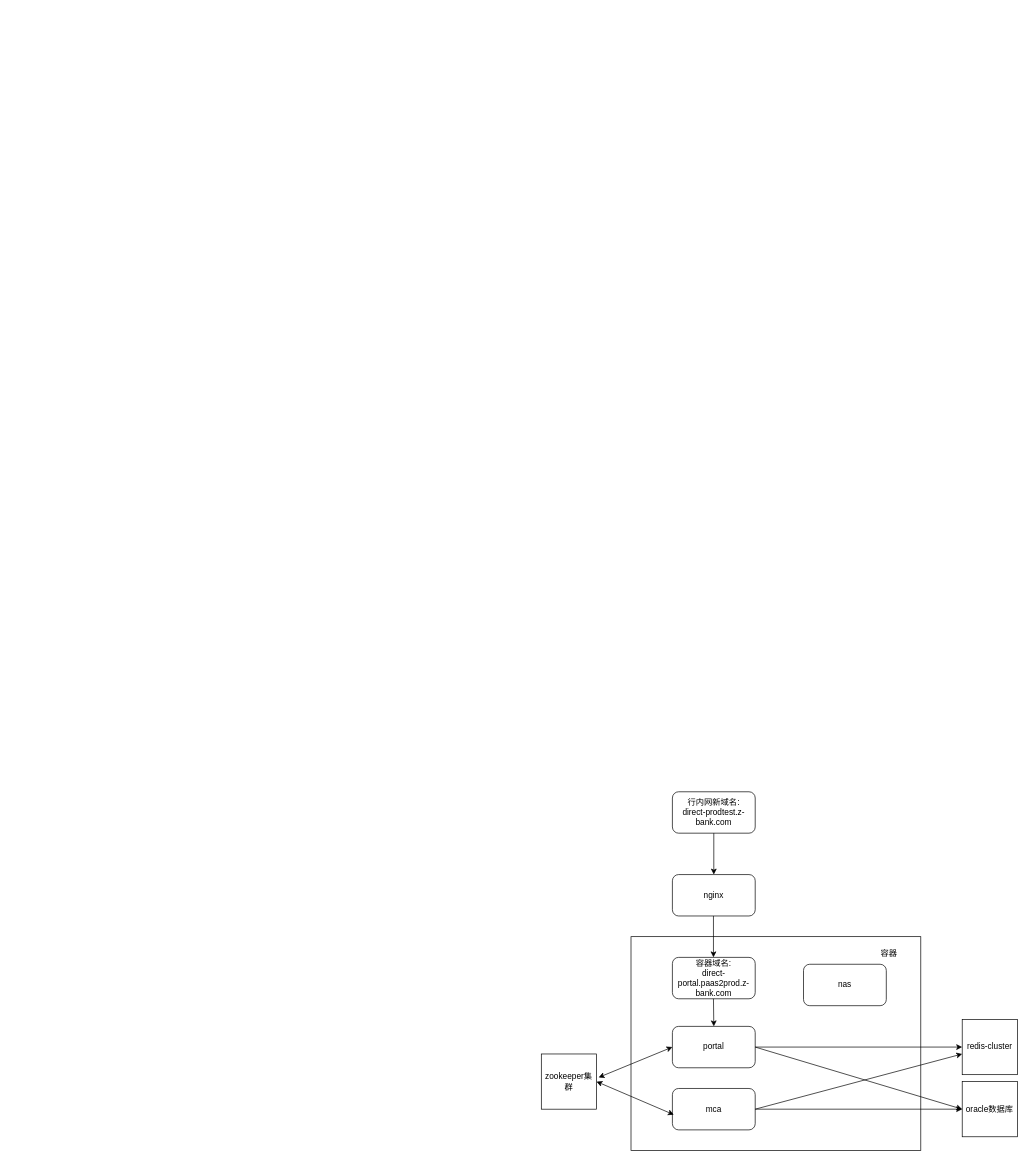
This is 2.drawio from xianyuenan/Testgit, a draw.io file, before an edit. Source tidied: cells renumbered, new cells numbered last; positions are measured from the earlier drawing's top-left corner, leaving out a move shared by most shapes. Both pictures are drawn from the tidied source at 69%, with x=0, y=0 at pixel (541, 791).
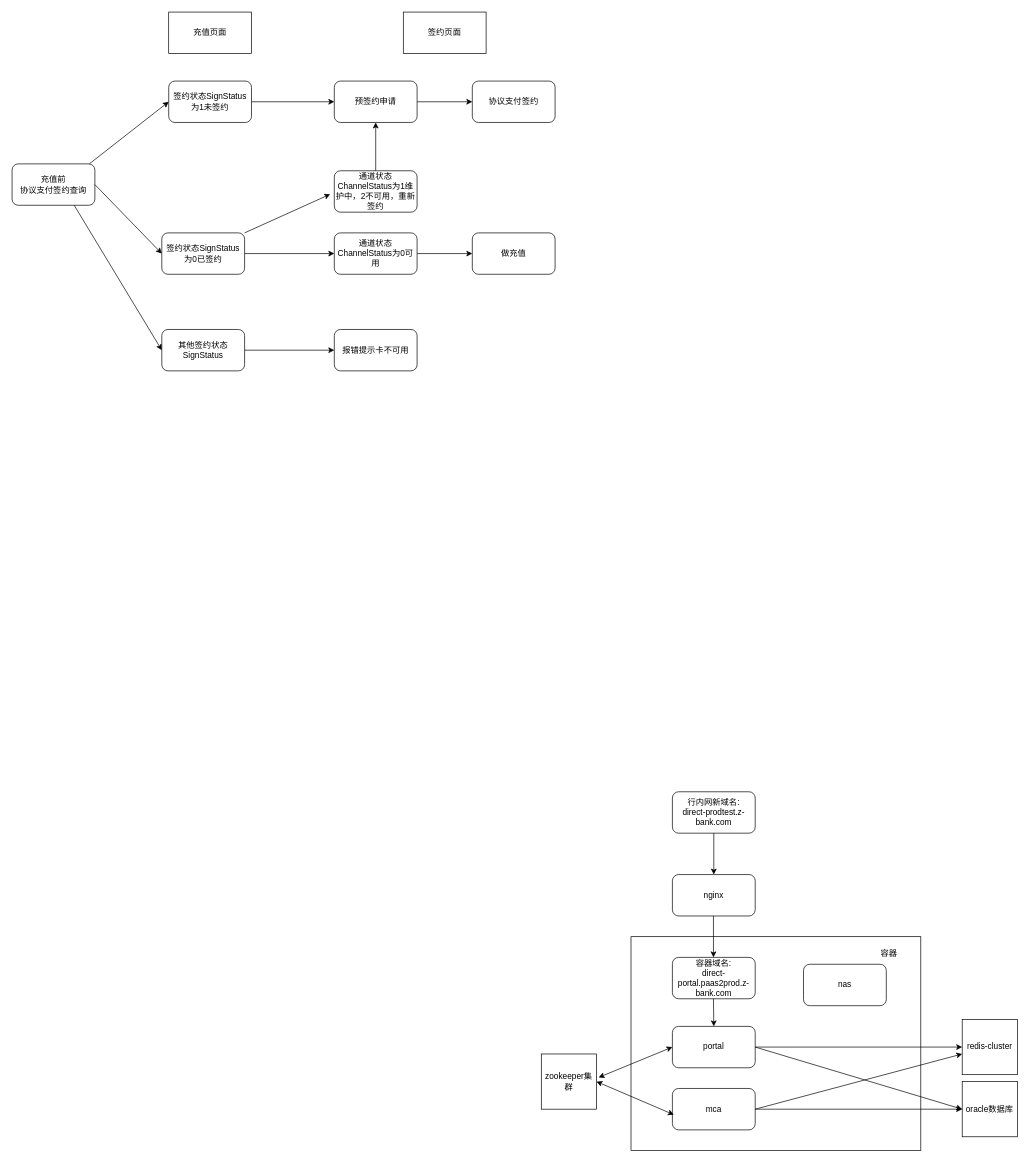
After the change.

The edit, as a diff of the source:
```diff
@@
+    <mxCell id="22" value="充值前&lt;br&gt;协议支付签约查询" style="rounded=1;whiteSpace=wrap;html=1;" parent="1" vertex="1">
+      <mxGeometry x="-767" y="-910" width="120" height="60" as="geometry" />
+    </mxCell>
+    <mxCell id="23" style="edgeStyle=orthogonalEdgeStyle;rounded=0;jettySize=auto;html=1;" parent="1" edge="1" source="24" target="32">
+      <mxGeometry relative="1" as="geometry" />
+    </mxCell>
+    <mxCell id="24" value="预签约申请" style="rounded=1;whiteSpace=wrap;html=1;" parent="1" vertex="1">
+      <mxGeometry x="-300" y="-1030" width="120" height="60" as="geometry" />
+    </mxCell>
+    <mxCell id="25" value="充值页面" style="rounded=0;whiteSpace=wrap;html=1;" parent="1" vertex="1">
+      <mxGeometry x="-540" y="-1130" width="120" height="60" as="geometry" />
+    </mxCell>
+    <mxCell id="26" value="签约页面" style="rounded=0;whiteSpace=wrap;html=1;" parent="1" vertex="1">
+      <mxGeometry x="-200" y="-1130" width="120" height="60" as="geometry" />
+    </mxCell>
+    <mxCell id="27" style="edgeStyle=orthogonalEdgeStyle;rounded=0;jettySize=auto;html=1;entryX=0;entryY=0.5;entryDx=0;entryDy=0;" parent="1" edge="1" source="28" target="24">
+      <mxGeometry relative="1" as="geometry" />
+    </mxCell>
+    <mxCell id="28" value="签约状态SignStatus为1未签约" style="rounded=1;whiteSpace=wrap;html=1;" parent="1" vertex="1">
+      <mxGeometry x="-540" y="-1030" width="120" height="60" as="geometry" />
+    </mxCell>
+    <mxCell id="29" style="endArrow=classic;html=1;rounded=0;exitX=0.933;exitY=0;exitDx=0;exitDy=0;exitPerimeter=0;entryX=0;entryY=0.5;entryDx=0;entryDy=0;" parent="1" edge="1" source="22" target="28">
+      <mxGeometry relative="1" as="geometry" />
+    </mxCell>
+    <mxCell id="30" style="edgeStyle=orthogonalEdgeStyle;rounded=0;jettySize=auto;html=1;" parent="1" edge="1" source="31" target="35">
+      <mxGeometry relative="1" as="geometry" />
+    </mxCell>
+    <mxCell id="31" value="签约状态SignStatus为0已签约" style="rounded=1;whiteSpace=wrap;html=1;" parent="1" vertex="1">
+      <mxGeometry x="-550" y="-810" width="120" height="60" as="geometry" />
+    </mxCell>
+    <mxCell id="32" value="协议支付签约" style="rounded=1;whiteSpace=wrap;html=1;" parent="1" vertex="1">
+      <mxGeometry x="-100" y="-1030" width="120" height="60" as="geometry" />
+    </mxCell>
+    <mxCell id="33" style="endArrow=classic;html=1;rounded=0;exitX=1;exitY=0.5;exitDx=0;exitDy=0;entryX=0;entryY=0.5;entryDx=0;entryDy=0;" parent="1" edge="1" source="22" target="31">
+      <mxGeometry relative="1" as="geometry" />
+    </mxCell>
+    <mxCell id="34" style="edgeStyle=orthogonalEdgeStyle;rounded=0;jettySize=auto;html=1;" parent="1" edge="1" source="35" target="36">
+      <mxGeometry relative="1" as="geometry" />
+    </mxCell>
+    <mxCell id="35" value="通道状态ChannelStatus为0可用" style="rounded=1;whiteSpace=wrap;html=1;" parent="1" vertex="1">
+      <mxGeometry x="-300" y="-810" width="120" height="60" as="geometry" />
+    </mxCell>
+    <mxCell id="36" value="做充值" style="rounded=1;whiteSpace=wrap;html=1;" parent="1" vertex="1">
+      <mxGeometry x="-100" y="-810" width="120" height="60" as="geometry" />
+    </mxCell>
+    <mxCell id="37" value="通道状态ChannelStatus为1维护中，2不可用，重新签约" style="rounded=1;whiteSpace=wrap;html=1;" parent="1" vertex="1">
+      <mxGeometry x="-300" y="-900" width="120" height="60" as="geometry" />
+    </mxCell>
+    <mxCell id="38" style="endArrow=classic;html=1;rounded=0;exitX=1;exitY=0;exitDx=0;exitDy=0;entryX=-0.05;entryY=0.567;entryDx=0;entryDy=0;entryPerimeter=0;" parent="1" edge="1" source="31" target="37">
+      <mxGeometry relative="1" as="geometry" />
+    </mxCell>
+    <mxCell id="39" style="endArrow=classic;html=1;rounded=0;exitX=0.5;exitY=0;exitDx=0;exitDy=0;entryX=0.5;entryY=1;entryDx=0;entryDy=0;" parent="1" edge="1" source="37" target="24">
+      <mxGeometry relative="1" as="geometry" />
+    </mxCell>
+    <mxCell id="40" style="edgeStyle=orthogonalEdgeStyle;rounded=0;jettySize=auto;html=1;" parent="1" edge="1" source="41" target="42">
+      <mxGeometry relative="1" as="geometry" />
+    </mxCell>
+    <mxCell id="41" value="其他签约状态SignStatus" style="rounded=1;whiteSpace=wrap;html=1;" parent="1" vertex="1">
+      <mxGeometry x="-550" y="-670" width="120" height="60" as="geometry" />
+    </mxCell>
+    <mxCell id="42" value="报错提示卡不可用" style="rounded=1;whiteSpace=wrap;html=1;" parent="1" vertex="1">
+      <mxGeometry x="-300" y="-670" width="120" height="60" as="geometry" />
+    </mxCell>
+    <mxCell id="43" style="endArrow=classic;html=1;rounded=0;exitX=0.75;exitY=1;exitDx=0;exitDy=0;entryX=0;entryY=0.5;entryDx=0;entryDy=0;" parent="1" edge="1" source="22" target="41">
+      <mxGeometry relative="1" as="geometry" />
+    </mxCell>
```
